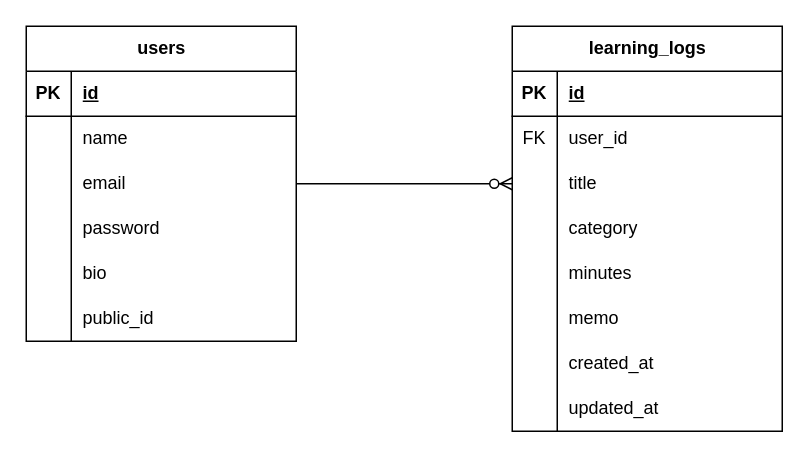
yk1120min/studytruck keeps this draw.io diagram as docs/03_内部設計/ER図.drawio. Above is the earlier version. Source tidied: cells renumbered, new cells numbered last; positions are measured from the earlier drawing's top-left corner, leaving out a move shared by most shapes. Both pictures are drawn from the tidied source at 150%, with x=0, y=0 at pixel (26, 26).
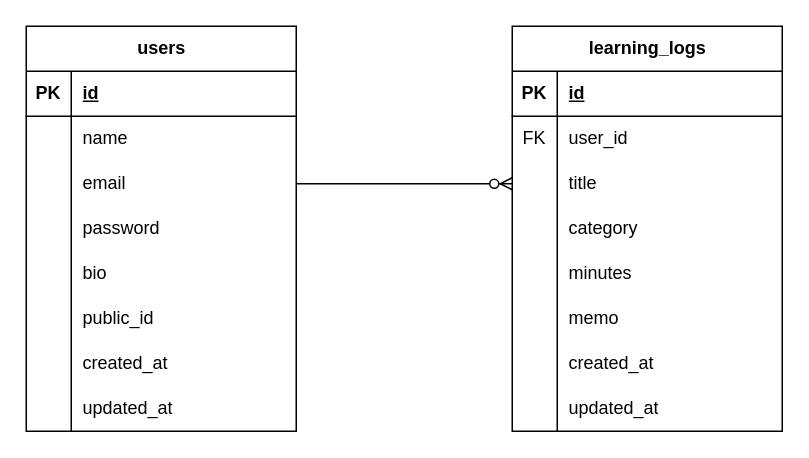
The same diagram, later.

The edit, as a diff of the source:
```diff
@@
     <mxCell id="2" value="users" style="shape=table;startSize=30;childLayout=tableLayout;rowLines=0;fontStyle=1;align=center;html=1;" parent="1" vertex="1">
-      <mxGeometry width="180" height="210" as="geometry" />
+      <mxGeometry width="180" height="270" as="geometry" />
     </mxCell>
@@
+    <mxCell id="47" style="shape=tableRow;horizontal=0;startSize=0;swimlaneHead=0;swimlaneBody=0;fillColor=none;top=0;left=0;right=0;bottom=0;" parent="2" vertex="1">
+      <mxGeometry y="180" width="180" height="30" as="geometry" />
+    </mxCell>
+    <mxCell id="48" style="shape=partialRectangle;fillColor=none;top=0;left=0;bottom=0;right=0;overflow=hidden;whiteSpace=wrap;html=1;" parent="47" vertex="1">
+      <mxGeometry width="30" height="30" as="geometry" />
+    </mxCell>
+    <mxCell id="49" value="public_id" style="shape=partialRectangle;fillColor=none;top=0;left=0;bottom=0;right=0;align=left;spacingLeft=6;overflow=hidden;whiteSpace=wrap;html=1;" parent="47" vertex="1">
+      <mxGeometry x="30" width="150" height="30" as="geometry" />
+    </mxCell>
+    <mxCell id="50" style="shape=tableRow;horizontal=0;startSize=0;swimlaneHead=0;swimlaneBody=0;fillColor=none;top=0;left=0;right=0;bottom=0;" parent="2" vertex="1">
+      <mxGeometry y="210" width="180" height="30" as="geometry" />
+    </mxCell>
+    <mxCell id="51" style="shape=partialRectangle;fillColor=none;top=0;left=0;bottom=0;right=0;overflow=hidden;whiteSpace=wrap;html=1;" parent="50" vertex="1">
+      <mxGeometry width="30" height="30" as="geometry" />
+    </mxCell>
+    <mxCell id="52" value="created_at" style="shape=partialRectangle;fillColor=none;top=0;left=0;bottom=0;right=0;align=left;spacingLeft=6;overflow=hidden;whiteSpace=wrap;html=1;" parent="50" vertex="1">
+      <mxGeometry x="30" width="150" height="30" as="geometry" />
+    </mxCell>
     <mxCell id="18" style="shape=tableRow;horizontal=0;startSize=0;swimlaneHead=0;swimlaneBody=0;fillColor=none;top=0;left=0;right=0;bottom=0;" parent="2" vertex="1">
-      <mxGeometry y="180" width="180" height="30" as="geometry" />
+      <mxGeometry y="240" width="180" height="30" as="geometry" />
     </mxCell>
@@
-    <mxCell id="20" value="public_id" style="shape=partialRectangle;fillColor=none;top=0;left=0;bottom=0;right=0;align=left;spacingLeft=6;overflow=hidden;whiteSpace=wrap;html=1;" parent="18" vertex="1">
+    <mxCell id="20" value="updated_at" style="shape=partialRectangle;fillColor=none;top=0;left=0;bottom=0;right=0;align=left;spacingLeft=6;overflow=hidden;whiteSpace=wrap;html=1;" parent="18" vertex="1">
       <mxGeometry x="30" width="150" height="30" as="geometry" />
     </mxCell>
```
